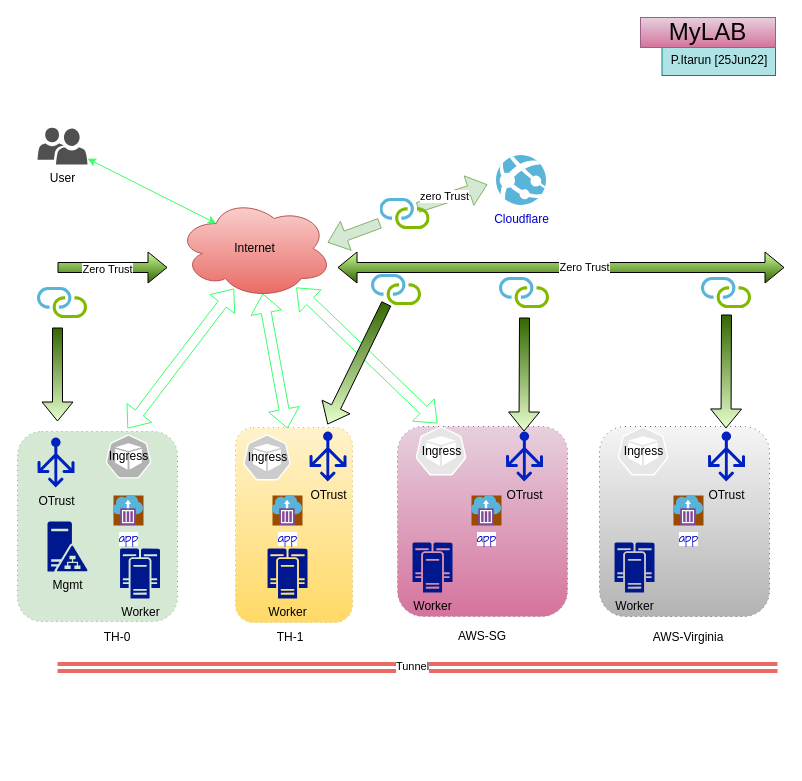
pitimon/Swarm_Ops keeps this draw.io diagram as page "Page-3" (3 of 4) of swarm_ops_revProxy.drawio. Above is the earlier version. Source tidied: cells renumbered, new cells numbered last; positions are measured from the earlier drawing's top-left corner, leaving out a move shared by most shapes. Both pictures are drawn from the tidied source at 100%, with x=0, y=0 at pixel (17, 17).
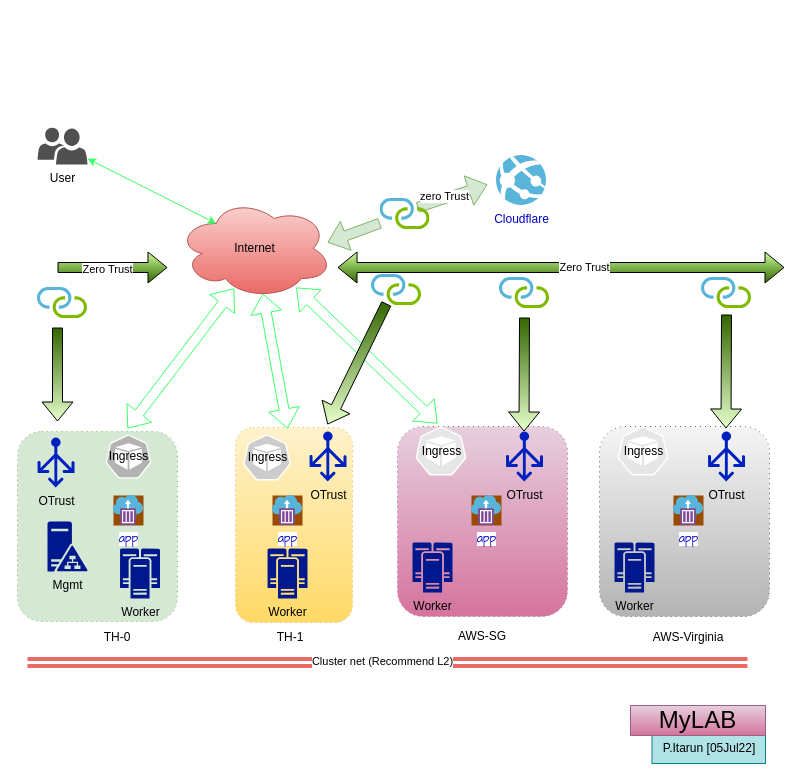
The same page after the edit.

Change to the diagram source:
```diff
@@
     <mxCell id="30" style="shape=link;endArrow=classic;startArrow=classic;html=1;rounded=0;strokeWidth=4;strokeColor=#EA6B66;" parent="1" edge="1">
       <mxGeometry relative="1" as="geometry">
-        <mxPoint x="40" y="650" as="sourcePoint" />
-        <mxPoint x="760" y="650" as="targetPoint" />
+        <mxPoint x="10" y="645" as="sourcePoint" />
+        <mxPoint x="730" y="645" as="targetPoint" />
         <Array as="points">
-          <mxPoint x="270" y="650" />
-          <mxPoint x="335" y="650" />
-          <mxPoint x="402" y="650" />
+          <mxPoint x="240" y="645" />
+          <mxPoint x="305" y="645" />
+          <mxPoint x="372" y="645" />
         </Array>
       </mxGeometry>
     </mxCell>
-    <mxCell id="31" value="Tunnel" style="edgeLabel;html=1;align=center;verticalAlign=middle;" parent="30" vertex="1">
+    <mxCell id="31" value="Cluster net (Recommend L2)" style="edgeLabel;html=1;align=center;verticalAlign=middle;" parent="30" vertex="1">
       <mxGeometry x="0.24" y="-4" relative="1" as="geometry">
         <mxPoint x="-92" y="-6" as="offset" />
       </mxGeometry>
     </mxCell>
@@
-    <mxCell id="39" value="P.Itarun [25Jun22]" style="text;html=1;fillColor=#b0e3e6;align=center;verticalAlign=middle;whiteSpace=wrap;rounded=0;strokeColor=#0e8088;" parent="1" vertex="1">
-      <mxGeometry x="644.5" y="28" width="113.5" height="30" as="geometry" />
+    <mxCell id="39" value="P.Itarun [05Jul22]" style="text;html=1;fillColor=#b0e3e6;align=center;verticalAlign=middle;whiteSpace=wrap;rounded=0;strokeColor=#0e8088;" parent="1" vertex="1">
+      <mxGeometry x="634.5" y="716" width="113.5" height="30" as="geometry" />
     </mxCell>
@@
     <mxCell id="48" value="MyLAB" style="text;html=1;strokeColor=#996185;fillColor=#e6d0de;align=center;verticalAlign=middle;whiteSpace=wrap;rounded=0;gradientColor=#d5739d;fontSize=24;" parent="1" vertex="1">
-      <mxGeometry x="623" width="135" height="30" as="geometry" />
+      <mxGeometry x="613" y="688" width="135" height="30" as="geometry" />
     </mxCell>
```
